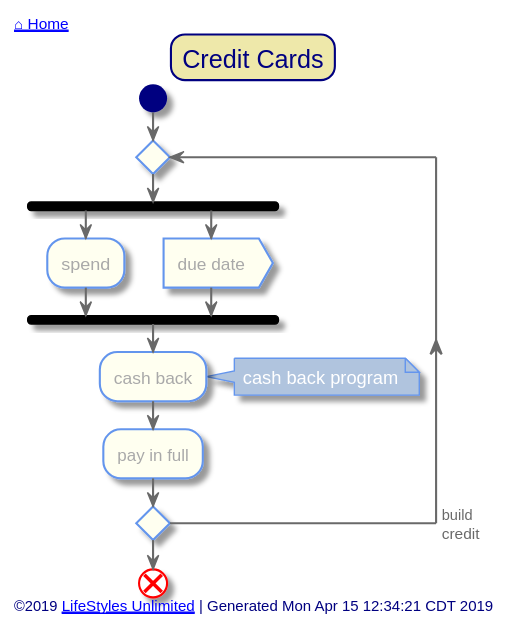
Earlier version of the PlantUML export out/src/unlimited-lifestyle/credit-cards.svg (toddmo/lifestylesunlimited).
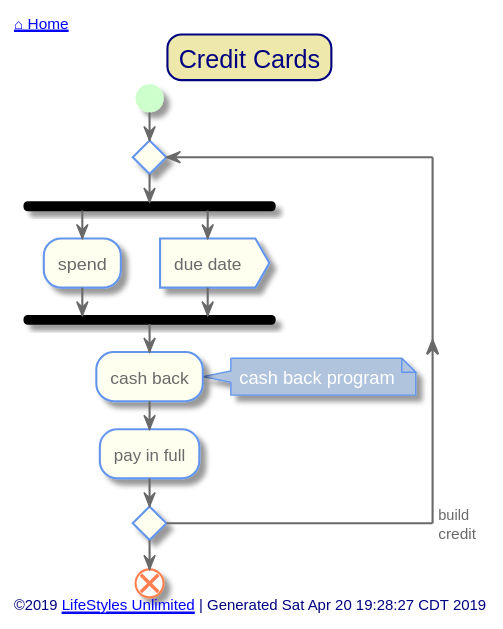
After the change.

Diff of the diagram source:
```diff
@@ -16,7 +16,8 @@
 skinparam activity {
   BackgroundColor Ivory
   BorderColor CornflowerBlue
-  FontColor DarkGray
+  FontColor DimGray
+
 
   Arrow {
     Color dimgray
@@ -24,11 +25,11 @@
   }
 
   Start {
-    Color Navy
+    Color PHYSICAL
   }
 
   End {
-    Color Red
+    Color Coral
   }
 
   Diamond {
@@ -46,13 +47,21 @@
 }
 
 skinparam Partition {
-  BackgroundColor DarkSeaGreen
+  BackgroundColor Ivory
   BorderColor CornflowerBlue
   BorderThickness 1
+  FontColor CornflowerBlue
+  FontSize 16
+  BorderRoundCorner 20
+}
+
+skinparam Note {
+  BackgroundColor LightSteelBlue
+  BorderColor CornflowerBlue
   FontColor White
-  FontSize 16
 }
-skinparam Note {
+
+skinparam Legend {
   BackgroundColor LightSteelBlue
   BorderColor CornflowerBlue
   FontColor White
@@ -86,8 +95,9 @@
 
 	end
 
+
 left footer
-	©2019 [[http://www.lifestylesunlimited.com LifeStyles Unlimited]] | Generated Mon Apr 15 12:34:21 CDT 2019
+	©2019 [[http://www.lifestylesunlimited.com LifeStyles Unlimited]] | Generated Sat Apr 20 19:28:27 CDT 2019
 endfooter
 
 
```
